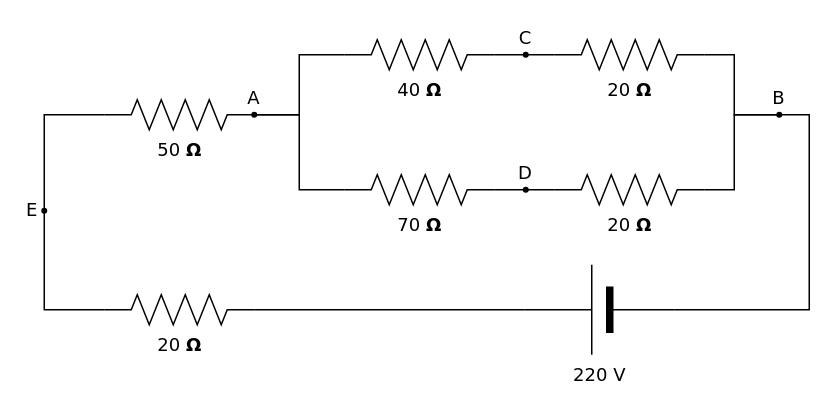
Before: Untitled Diagram.drawio in fightingnoble/drawio, a draw.io diagram. Source tidied: cells renumbered, new cells numbered last; positions are measured from the earlier drawing's top-left corner, leaving out a move shared by most shapes. Both pictures are drawn from the tidied source at 150%, with x=0, y=0 at pixel (40, 39).
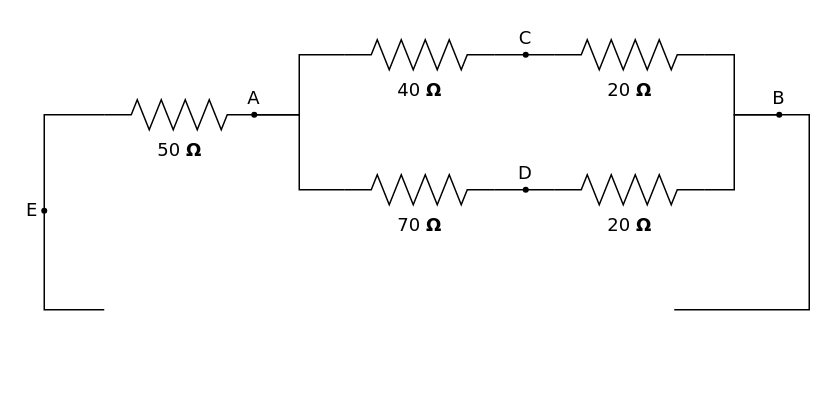
After the change.

The change refers to these unchanged cells:
```xml
<mxCell id="12" value="50&amp;nbsp;&lt;b&gt;Ω&lt;/b&gt;" style="verticalLabelPosition=bottom;shadow=0;dashed=0;align=center;html=1;verticalAlign=top;strokeWidth=1;shape=mxgraph.electrical.resistors.resistor_2;rounded=1;comic=0;labelBackgroundColor=none;fontFamily=Verdana;fontSize=12;" parent="1" vertex="1">
  <mxGeometry x="42" y="40" width="100" height="20" as="geometry" />
</mxCell>
```

Diff of the diagram source:
```diff
@@
-    <mxCell id="13" style="edgeStyle=orthogonalEdgeStyle;rounded=0;html=1;exitX=0;exitY=0.5;exitPerimeter=0;entryX=0;entryY=0.5;entryPerimeter=0;labelBackgroundColor=none;startArrow=none;startFill=0;startSize=5;endArrow=none;endFill=0;endSize=5;jettySize=auto;strokeWidth=1;fontFamily=Verdana;fontSize=12;" parent="1" edge="1" source="14" target="12">
+    <mxCell id="13" style="edgeStyle=orthogonalEdgeStyle;rounded=0;html=1;exitX=0;exitY=0.5;exitPerimeter=0;entryX=0;entryY=0.5;entryPerimeter=0;labelBackgroundColor=none;startArrow=none;startFill=0;startSize=5;endArrow=none;endFill=0;endSize=5;jettySize=auto;strokeWidth=1;fontFamily=Verdana;fontSize=12;" parent="1" edge="1" target="12">
       <mxGeometry relative="1" as="geometry">
+        <mxPoint x="42" y="180" as="sourcePoint" />
         <Array as="points">
           <mxPoint x="2" y="180" />
           <mxPoint x="2" y="50" />
         </Array>
       </mxGeometry>
     </mxCell>
-    <mxCell id="14" value="20&amp;nbsp;&lt;b&gt;Ω&lt;/b&gt;" style="verticalLabelPosition=bottom;shadow=0;dashed=0;align=center;html=1;verticalAlign=top;strokeWidth=1;shape=mxgraph.electrical.resistors.resistor_2;rounded=1;comic=0;labelBackgroundColor=none;fontFamily=Verdana;fontSize=12;" parent="1" vertex="1">
-      <mxGeometry x="42" y="170" width="100" height="20" as="geometry" />
-    </mxCell>
-    <mxCell id="15" style="edgeStyle=orthogonalEdgeStyle;rounded=0;html=1;exitX=1;exitY=0.5;exitPerimeter=0;entryX=1;entryY=0.5;entryPerimeter=0;labelBackgroundColor=none;startArrow=none;startFill=0;startSize=5;endArrow=none;endFill=0;endSize=5;jettySize=auto;strokeWidth=1;fontFamily=Verdana;fontSize=12;" parent="1" edge="1" source="17" target="14">
-      <mxGeometry relative="1" as="geometry" />
-    </mxCell>
-    <mxCell id="16" style="edgeStyle=orthogonalEdgeStyle;rounded=0;html=1;exitX=0;exitY=0.5;exitPerimeter=0;labelBackgroundColor=none;startArrow=none;startFill=0;startSize=5;endArrow=none;endFill=0;endSize=5;jettySize=auto;strokeWidth=1;fontFamily=Verdana;fontSize=12;" parent="1" edge="1" source="17">
+    <mxCell id="16" style="edgeStyle=orthogonalEdgeStyle;rounded=0;html=1;exitX=0;exitY=0.5;exitPerimeter=0;labelBackgroundColor=none;startArrow=none;startFill=0;startSize=5;endArrow=none;endFill=0;endSize=5;jettySize=auto;orthogonalLoop=1;strokeWidth=1;fontFamily=Verdana;fontSize=12;" parent="1" edge="1">
       <mxGeometry relative="1" as="geometry">
+        <mxPoint x="422" y="180" as="sourcePoint" />
         <mxPoint x="492" y="50" as="targetPoint" />
         <Array as="points">
           <mxPoint x="512" y="180" />
           <mxPoint x="512" y="50" />
         </Array>
       </mxGeometry>
     </mxCell>
-    <mxCell id="17" value="220 V" style="verticalLabelPosition=bottom;shadow=0;dashed=0;align=center;fillColor=#000000;html=1;verticalAlign=top;strokeWidth=1;shape=mxgraph.electrical.miscellaneous.monocell_battery;rounded=1;comic=0;labelBackgroundColor=none;fontFamily=Verdana;fontSize=12;flipH=1;" parent="1" vertex="1">
-      <mxGeometry x="322" y="150" width="100" height="60" as="geometry" />
-    </mxCell>
```
